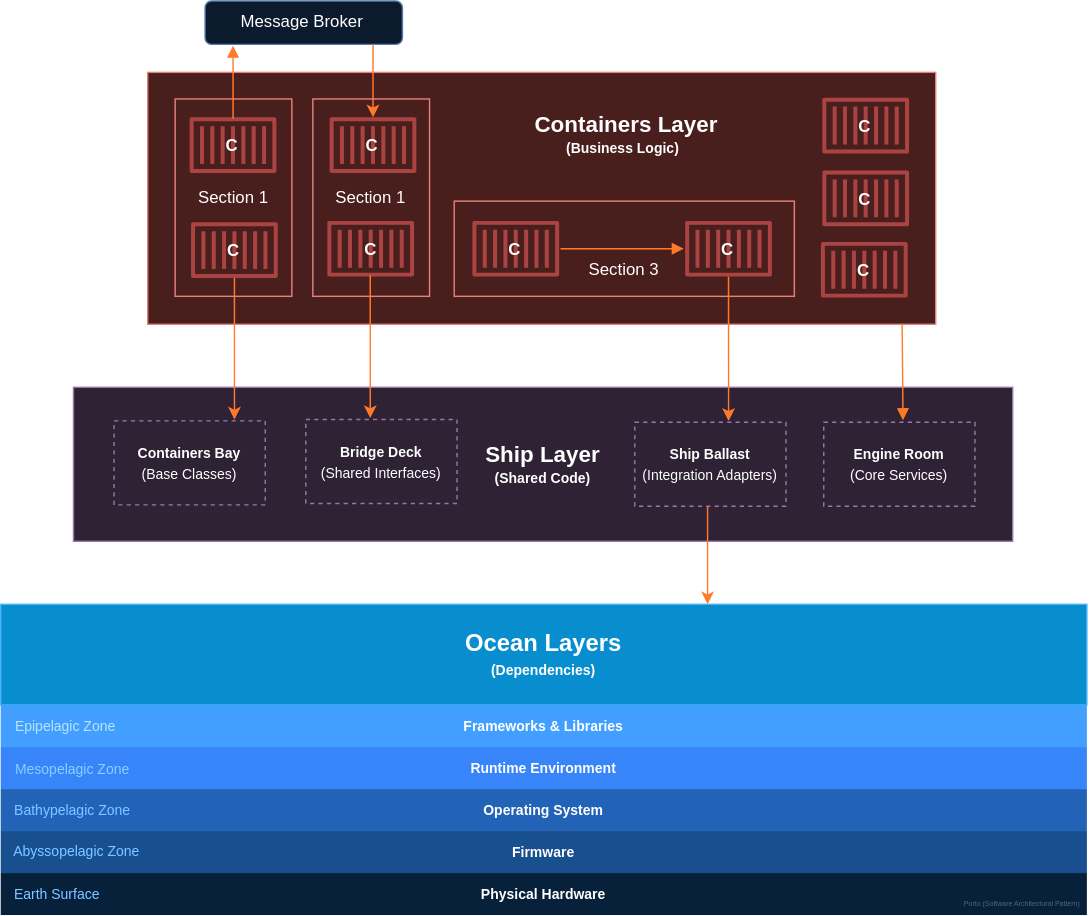
Earlier version of the draw.io export img/diagrams/porto_layers.svg (Mahmoudz/Porto). Source tidied: cells renumbered, new cells last; positions are measured from the earlier drawing's top-left corner, leaving out a move shared by most shapes.
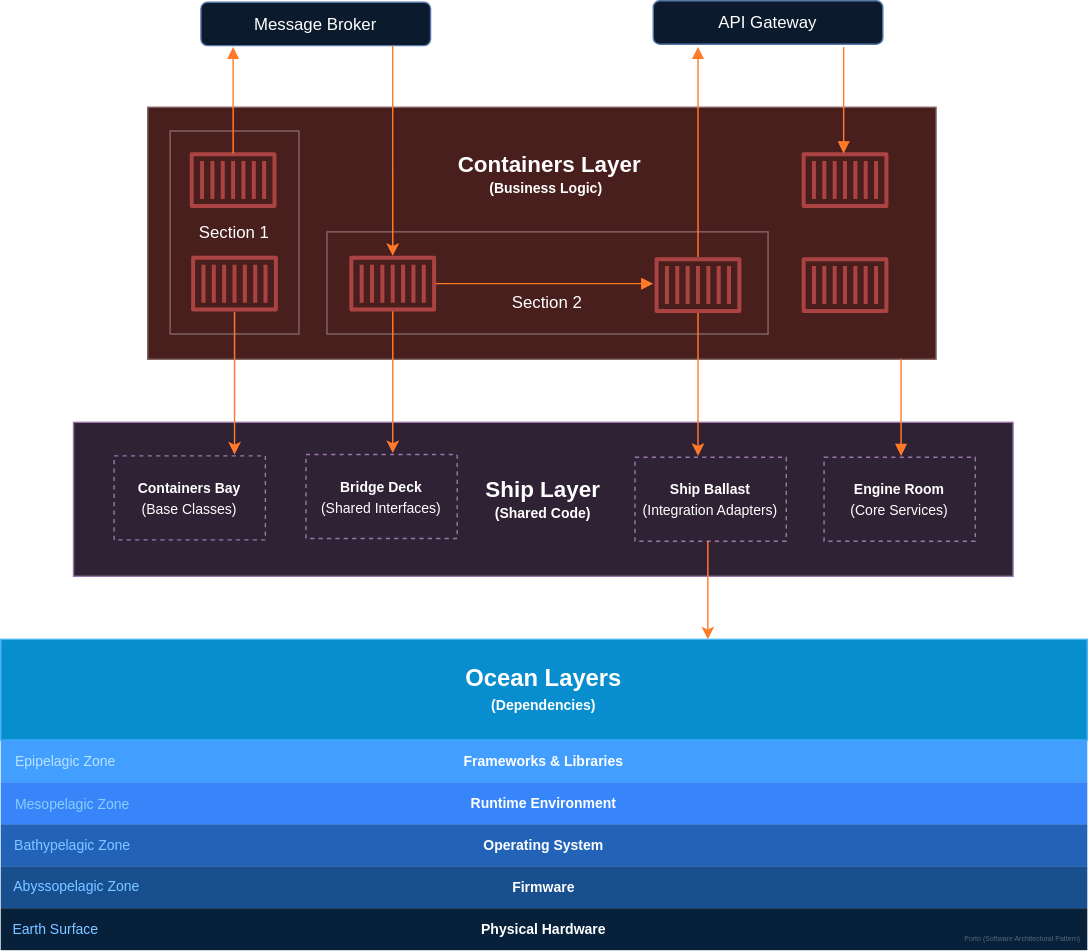
Later version of the same file.

What changed in the source:
```diff
@@ -2,11 +2,11 @@
   <root>
     <mxCell id="0" />
     <mxCell id="1" parent="0" />
-    <mxCell id="2" style="rounded=0;whiteSpace=wrap;html=1;fillColor=#f8cecc;strokeColor=#b85450;" parent="1" vertex="1">
+    <mxCell id="2" style="rounded=0;whiteSpace=wrap;html=1;fillColor=#f8cecc;strokeColor=#AB8E8D;" parent="1" vertex="1">
       <mxGeometry x="105" y="51" width="563" height="180" as="geometry" />
     </mxCell>
-    <mxCell id="3" value="&lt;br&gt;&lt;div&gt;&lt;span style=&quot;font-weight: 400;&quot;&gt;&lt;br&gt;&lt;/span&gt;&lt;/div&gt;&lt;div&gt;&lt;span style=&quot;font-weight: 400;&quot;&gt;Section 3&lt;/span&gt;&lt;span style=&quot;font-weight: 400;&quot;&gt;&lt;br&gt;&lt;/span&gt;&lt;/div&gt;" style="rounded=0;whiteSpace=wrap;html=1;fillColor=#f8cecc;strokeColor=#b85450;strokeWidth=1;fontStyle=1;" parent="1" vertex="1">
-      <mxGeometry x="324" y="143" width="243" height="68" as="geometry" />
+    <mxCell id="3" value="&lt;br&gt;&lt;div&gt;&lt;span style=&quot;font-weight: 400;&quot;&gt;&lt;br&gt;&lt;/span&gt;&lt;/div&gt;&lt;div&gt;&lt;span style=&quot;font-weight: 400;&quot;&gt;Section 2&lt;/span&gt;&lt;span style=&quot;font-weight: 400;&quot;&gt;&lt;br&gt;&lt;/span&gt;&lt;/div&gt;" style="rounded=0;whiteSpace=wrap;html=1;fillColor=#f8cecc;strokeColor=#AB8E8D;strokeWidth=1;fontStyle=1;" parent="1" vertex="1">
+      <mxGeometry x="233" y="140" width="315" height="73" as="geometry" />
     </mxCell>
     <mxCell id="4" value="&lt;div&gt;&lt;font color=&quot;#000000&quot;&gt;&lt;b style=&quot;background-color: initial;&quot;&gt;&lt;font style=&quot;font-size: 17px;&quot;&gt;Ocean Layers&lt;/font&gt;&lt;/b&gt;&lt;br&gt;&lt;/font&gt;&lt;/div&gt;&lt;div style=&quot;&quot;&gt;&lt;font color=&quot;#000000&quot;&gt;&lt;font style=&quot;font-size: 10px;&quot;&gt;&lt;b&gt;&lt;font style=&quot;font-size: 10px;&quot;&gt;(&lt;/font&gt;&lt;/b&gt;&lt;/font&gt;&lt;span style=&quot;background-color: initial; font-size: 10px;&quot;&gt;&lt;b&gt;Dependencies&lt;/b&gt;&lt;/span&gt;&lt;b style=&quot;font-size: 10px; background-color: initial;&quot;&gt;)&lt;/b&gt;&lt;/font&gt;&lt;/div&gt;" style="rounded=0;whiteSpace=wrap;html=1;fillColor=#1ba1e2;strokeColor=#006EAF;fontColor=#ffffff;" parent="1" vertex="1">
       <mxGeometry y="431" width="776" height="72" as="geometry" />
@@ -14,8 +14,8 @@
     <mxCell id="5" value="&lt;font size=&quot;1&quot;&gt;&lt;b style=&quot;&quot;&gt;&lt;span style=&quot;font-size: 16px;&quot;&gt;Ship Layer&lt;/span&gt;&lt;br&gt;(Shared Code)&lt;/b&gt;&lt;/font&gt;" style="rounded=0;whiteSpace=wrap;html=1;fillColor=#e1d5e7;strokeColor=#9673a6;" parent="1" vertex="1">
       <mxGeometry x="52" y="276" width="671" height="110" as="geometry" />
     </mxCell>
-    <mxCell id="6" value="&lt;font style=&quot;font-weight: normal;&quot;&gt;Section 1&lt;/font&gt;" style="rounded=0;whiteSpace=wrap;html=1;fillColor=#f8cecc;strokeColor=#b85450;strokeWidth=1;fontStyle=1;" parent="1" vertex="1">
-      <mxGeometry x="124.6" y="70" width="83.4" height="141" as="geometry" />
+    <mxCell id="6" value="&lt;font style=&quot;font-weight: normal;&quot;&gt;Section 1&lt;/font&gt;" style="rounded=0;whiteSpace=wrap;html=1;fillColor=#f8cecc;strokeColor=#AB8E8D;strokeWidth=1;fontStyle=1;" parent="1" vertex="1">
+      <mxGeometry x="121" y="68" width="92" height="145" as="geometry" />
     </mxCell>
     <mxCell id="7" value="&lt;font style=&quot;font-size: 10px;&quot;&gt;&lt;b&gt;Engine Room&lt;/b&gt;&lt;br&gt;(Core Services)&lt;/font&gt;" style="rounded=0;whiteSpace=wrap;html=1;fillColor=#e1d5e7;strokeColor=#9673a6;dashed=1;" parent="1" vertex="1">
       <mxGeometry x="588" y="301" width="108" height="60" as="geometry" />
@@ -35,25 +35,9 @@
     <mxCell id="12" value="&lt;font&gt;&lt;span style=&quot;font-size: 10px;&quot;&gt;&lt;b&gt;Operating System&lt;/b&gt;&lt;/span&gt;&lt;br&gt;&lt;/font&gt;" style="rounded=0;whiteSpace=wrap;html=1;fillColor=#6BABFF;strokeColor=none;fontColor=default;" parent="1" vertex="1">
       <mxGeometry y="563" width="776" height="30" as="geometry" />
     </mxCell>
-    <mxCell id="13" value="&lt;font style=&quot;font-weight: normal;&quot;&gt;Section 1&lt;/font&gt;" style="rounded=0;whiteSpace=wrap;html=1;fillColor=#f8cecc;strokeColor=#b85450;strokeWidth=1;fontStyle=1;" parent="1" vertex="1">
-      <mxGeometry x="223" y="70" width="83.4" height="141" as="geometry" />
-    </mxCell>
-    <mxCell id="14" style="group;" parent="1" vertex="1">
-      <mxGeometry x="233.4" y="157" width="61.9" height="40" as="geometry" />
-    </mxCell>
-    <mxCell id="15" style="group;" parent="14" vertex="1">
-      <mxGeometry width="61.9" height="40" as="geometry" />
-    </mxCell>
-    <mxCell id="16" style="sketch=0;fillColor=#F89090;dashed=0;verticalLabelPosition=bottom;verticalAlign=top;align=center;html=1;fontSize=12;fontStyle=1;shape=mxgraph.aws4.container_1;strokeColor=#b85450;fontColor=default;" parent="15" vertex="1">
-      <mxGeometry width="61.9" height="40" as="geometry" />
-    </mxCell>
-    <mxCell id="17" value="C" style="text;html=1;align=center;verticalAlign=middle;strokeColor=none;fillColor=none;fontStyle=1;fontColor=default;" parent="15" vertex="1">
-      <mxGeometry x="16.6" y="8" width="27" height="26" as="geometry" />
-    </mxCell>
-    <mxCell id="18" style="endArrow=none;html=1;rounded=0;startArrow=block;startFill=1;endFill=0;strokeColor=#e65200;" parent="1" edge="1">
+    <mxCell id="18" style="endArrow=none;html=1;rounded=0;startArrow=block;startFill=1;endFill=0;strokeColor=#e65200;" parent="1" edge="1" target="41">
       <mxGeometry relative="1" as="geometry">
-        <mxPoint x="488" y="177" as="sourcePoint" />
-        <mxPoint x="399.9" y="177" as="targetPoint" />
+        <mxPoint x="466" y="177" as="sourcePoint" />
       </mxGeometry>
     </mxCell>
     <mxCell id="19" value="&lt;font&gt;&lt;span style=&quot;font-size: 10px;&quot;&gt;&lt;b&gt;Firmware&lt;/b&gt;&lt;/span&gt;&lt;br&gt;&lt;/font&gt;" style="rounded=0;whiteSpace=wrap;html=1;fillColor=#87BFFF;strokeColor=none;fontColor=default;gradientColor=none;glass=0;" parent="1" vertex="1">
@@ -67,14 +51,14 @@
     </mxCell>
     <mxCell id="22" style="endArrow=classic;html=1;rounded=0;fontColor=default;strokeColor=#e65200;" parent="1" edge="1">
       <mxGeometry relative="1" as="geometry">
-        <mxPoint x="264" y="196" as="sourcePoint" />
-        <mxPoint x="264" y="298" as="targetPoint" />
+        <mxPoint x="280" y="196" as="sourcePoint" />
+        <mxPoint x="280" y="298" as="targetPoint" />
       </mxGeometry>
     </mxCell>
-    <mxCell id="23" style="endArrow=none;html=1;rounded=0;fontColor=default;strokeColor=#e65200;exitX=0.404;exitY=-0.009;exitDx=0;exitDy=0;startArrow=block;startFill=1;endFill=0;exitPerimeter=0;" parent="1" edge="1">
+    <mxCell id="23" style="endArrow=none;html=1;rounded=0;fontColor=default;strokeColor=#e65200;startArrow=block;startFill=1;endFill=0;" parent="1" edge="1">
       <mxGeometry relative="1" as="geometry">
-        <mxPoint x="644.6" y="299.5" as="sourcePoint" />
-        <mxPoint x="644" y="231" as="targetPoint" />
+        <mxPoint x="643" y="300" as="sourcePoint" />
+        <mxPoint x="643" y="231" as="targetPoint" />
       </mxGeometry>
     </mxCell>
     <mxCell id="24" style="endArrow=classic;html=1;rounded=0;fontColor=default;strokeColor=#e65200;" parent="1" edge="1">
@@ -85,7 +69,7 @@
     </mxCell>
     <mxCell id="25" style="endArrow=classic;html=1;rounded=0;fontColor=default;strokeColor=#e65200;" parent="1" edge="1" source="45">
       <mxGeometry relative="1" as="geometry">
-        <mxPoint x="520" y="300" as="targetPoint" />
+        <mxPoint x="498" y="300" as="targetPoint" />
       </mxGeometry>
     </mxCell>
     <mxCell id="26" style="endArrow=classic;html=1;rounded=0;fontColor=default;strokeColor=#e65200;" parent="1" edge="1">
@@ -95,110 +79,65 @@
       </mxGeometry>
     </mxCell>
     <mxCell id="27" style="group;" parent="1" vertex="1">
-      <mxGeometry x="136" y="158" width="61.9" height="40" as="geometry" />
+      <mxGeometry x="136" y="157" width="61.9" height="43" as="geometry" />
     </mxCell>
     <mxCell id="28" style="group;" parent="27" vertex="1">
-      <mxGeometry width="61.9" height="40" as="geometry" />
+      <mxGeometry width="61.9" height="43" as="geometry" />
     </mxCell>
     <mxCell id="29" style="sketch=0;fillColor=#F89090;dashed=0;verticalLabelPosition=bottom;verticalAlign=top;align=center;html=1;fontSize=12;fontStyle=1;shape=mxgraph.aws4.container_1;strokeColor=#b85450;fontColor=default;" parent="28" vertex="1">
       <mxGeometry width="61.9" height="40" as="geometry" />
     </mxCell>
-    <mxCell id="30" value="C" style="text;html=1;align=center;verticalAlign=middle;strokeColor=none;fillColor=none;fontStyle=1;fontColor=default;" parent="28" vertex="1">
-      <mxGeometry x="16.6" y="8" width="27" height="26" as="geometry" />
-    </mxCell>
     <mxCell id="31" style="group;" parent="1" vertex="1">
-      <mxGeometry x="135" y="83" width="61.9" height="40" as="geometry" />
+      <mxGeometry x="135" y="83" width="61.9" height="43" as="geometry" />
     </mxCell>
     <mxCell id="32" style="group;" parent="31" vertex="1">
-      <mxGeometry width="61.9" height="40" as="geometry" />
+      <mxGeometry width="61.9" height="43" as="geometry" />
     </mxCell>
     <mxCell id="33" style="sketch=0;fillColor=#F89090;dashed=0;verticalLabelPosition=bottom;verticalAlign=top;align=center;html=1;fontSize=12;fontStyle=1;shape=mxgraph.aws4.container_1;strokeColor=#b85450;fontColor=default;" parent="32" vertex="1">
       <mxGeometry width="61.9" height="40" as="geometry" />
     </mxCell>
-    <mxCell id="34" value="C" style="text;html=1;align=center;verticalAlign=middle;strokeColor=none;fillColor=none;fontStyle=1;fontColor=default;" parent="32" vertex="1">
-      <mxGeometry x="16.6" y="8" width="27" height="26" as="geometry" />
-    </mxCell>
-    <mxCell id="35" style="group;" parent="1" vertex="1">
-      <mxGeometry x="235" y="83" width="61.9" height="40" as="geometry" />
-    </mxCell>
-    <mxCell id="36" style="group;" parent="35" vertex="1">
-      <mxGeometry width="61.9" height="40" as="geometry" />
-    </mxCell>
-    <mxCell id="37" style="sketch=0;outlineConnect=0;fillColor=#F89090;dashed=0;verticalLabelPosition=bottom;verticalAlign=top;align=center;html=1;fontSize=12;fontStyle=1;shape=mxgraph.aws4.container_1;strokeColor=#b85450;fontColor=default;" parent="36" vertex="1">
-      <mxGeometry width="61.9" height="40" as="geometry" />
-    </mxCell>
-    <mxCell id="38" value="C" style="text;html=1;align=center;verticalAlign=middle;strokeColor=none;fillColor=none;fontStyle=1;fontColor=default;" parent="36" vertex="1">
-      <mxGeometry x="16.6" y="8" width="27" height="26" as="geometry" />
-    </mxCell>
     <mxCell id="39" style="group;" parent="1" vertex="1">
-      <mxGeometry x="337" y="157" width="61.9" height="40" as="geometry" />
+      <mxGeometry x="249" y="157" width="61.9" height="43" as="geometry" />
     </mxCell>
     <mxCell id="40" style="group;" parent="39" vertex="1">
-      <mxGeometry width="61.9" height="40" as="geometry" />
+      <mxGeometry width="61.9" height="43" as="geometry" />
     </mxCell>
     <mxCell id="41" style="sketch=0;outlineConnect=0;fillColor=#F89090;dashed=0;verticalLabelPosition=bottom;verticalAlign=top;align=center;html=1;fontSize=12;fontStyle=1;shape=mxgraph.aws4.container_1;strokeColor=#b85450;fontColor=default;" parent="40" vertex="1">
       <mxGeometry width="61.9" height="40" as="geometry" />
     </mxCell>
-    <mxCell id="42" value="C" style="text;html=1;align=center;verticalAlign=middle;strokeColor=none;fillColor=none;fontStyle=1;fontColor=default;" parent="40" vertex="1">
-      <mxGeometry x="16.6" y="8" width="27" height="26" as="geometry" />
-    </mxCell>
     <mxCell id="43" style="group;" parent="1" vertex="1">
-      <mxGeometry x="489" y="157" width="61.9" height="40" as="geometry" />
+      <mxGeometry x="467" y="158" width="61.9" height="43" as="geometry" />
     </mxCell>
     <mxCell id="44" style="group;" parent="43" vertex="1">
-      <mxGeometry width="61.9" height="40" as="geometry" />
+      <mxGeometry width="61.9" height="43" as="geometry" />
     </mxCell>
     <mxCell id="45" style="sketch=0;outlineConnect=0;fillColor=#F89090;dashed=0;verticalLabelPosition=bottom;verticalAlign=top;align=center;html=1;fontSize=12;fontStyle=1;shape=mxgraph.aws4.container_1;strokeColor=#b85450;fontColor=default;" parent="44" vertex="1">
       <mxGeometry width="61.9" height="40" as="geometry" />
     </mxCell>
-    <mxCell id="46" value="C" style="text;html=1;align=center;verticalAlign=middle;strokeColor=none;fillColor=none;fontStyle=1;fontColor=default;" parent="44" vertex="1">
-      <mxGeometry x="16.6" y="8" width="27" height="26" as="geometry" />
-    </mxCell>
     <mxCell id="47" style="group;" parent="1" vertex="1">
-      <mxGeometry x="586" y="172" width="61.9" height="40" as="geometry" />
+      <mxGeometry x="572" y="158" width="61.9" height="43" as="geometry" />
     </mxCell>
     <mxCell id="48" style="group;" parent="47" vertex="1">
-      <mxGeometry width="61.9" height="40" as="geometry" />
+      <mxGeometry width="61.9" height="43" as="geometry" />
     </mxCell>
     <mxCell id="49" style="sketch=0;fillColor=#F89090;dashed=0;verticalLabelPosition=bottom;verticalAlign=top;align=center;html=1;fontSize=12;fontStyle=1;shape=mxgraph.aws4.container_1;strokeColor=#b85450;fontColor=default;" parent="48" vertex="1">
       <mxGeometry width="61.9" height="40" as="geometry" />
     </mxCell>
-    <mxCell id="50" value="C" style="text;html=1;align=center;verticalAlign=middle;strokeColor=none;fillColor=none;fontStyle=1;fontColor=default;" parent="48" vertex="1">
-      <mxGeometry x="16.6" y="8" width="27" height="26" as="geometry" />
-    </mxCell>
-    <mxCell id="51" style="group;" parent="1" vertex="1">
-      <mxGeometry x="587" y="69" width="61.9" height="40" as="geometry" />
-    </mxCell>
-    <mxCell id="52" style="group;" parent="51" vertex="1">
-      <mxGeometry width="61.9" height="40" as="geometry" />
-    </mxCell>
-    <mxCell id="53" style="sketch=0;fillColor=#F89090;dashed=0;verticalLabelPosition=bottom;verticalAlign=top;align=center;html=1;fontSize=12;fontStyle=1;shape=mxgraph.aws4.container_1;strokeColor=#b85450;fontColor=default;" parent="52" vertex="1">
-      <mxGeometry width="61.9" height="40" as="geometry" />
-    </mxCell>
-    <mxCell id="54" value="C" style="text;html=1;align=center;verticalAlign=middle;strokeColor=none;fillColor=none;fontStyle=1;fontColor=default;" parent="52" vertex="1">
-      <mxGeometry x="16.6" y="8" width="27" height="26" as="geometry" />
-    </mxCell>
     <mxCell id="55" style="group;" parent="1" vertex="1">
-      <mxGeometry x="587" y="121" width="61.9" height="40" as="geometry" />
+      <mxGeometry x="572" y="83" width="61.9" height="43" as="geometry" />
     </mxCell>
     <mxCell id="56" style="group;" parent="55" vertex="1">
-      <mxGeometry width="61.9" height="40" as="geometry" />
+      <mxGeometry width="61.9" height="43" as="geometry" />
     </mxCell>
     <mxCell id="57" style="sketch=0;fillColor=#F89090;dashed=0;verticalLabelPosition=bottom;verticalAlign=top;align=center;html=1;fontSize=12;fontStyle=1;shape=mxgraph.aws4.container_1;strokeColor=#b85450;fontColor=default;" parent="56" vertex="1">
       <mxGeometry width="61.9" height="40" as="geometry" />
     </mxCell>
-    <mxCell id="58" value="C" style="text;html=1;align=center;verticalAlign=middle;strokeColor=none;fillColor=none;fontStyle=1;fontColor=default;" parent="56" vertex="1">
-      <mxGeometry x="16.6" y="8" width="27" height="26" as="geometry" />
-    </mxCell>
     <mxCell id="59" value="&lt;b&gt;&lt;font style=&quot;font-size: 16px;&quot;&gt;&amp;nbsp; &amp;nbsp;Containers Layer &lt;/font&gt;&lt;br&gt;&lt;font style=&quot;font-size: 10px;&quot;&gt;&amp;nbsp; &amp;nbsp;(Business Logic)&lt;/font&gt;&lt;/b&gt;" style="text;html=1;align=center;verticalAlign=middle;strokeColor=none;fillColor=none;" parent="1" vertex="1">
-      <mxGeometry x="359" y="72" width="162" height="46" as="geometry" />
+      <mxGeometry x="304" y="76" width="162" height="46" as="geometry" />
     </mxCell>
-    <mxCell id="60" style="rounded=1;whiteSpace=wrap;html=1;fillColor=#dae8fc;strokeColor=#6c8ebf;direction=west;" parent="1" vertex="1">
-      <mxGeometry x="146" width="141" height="31" as="geometry" />
+    <mxCell id="60" value="&lt;span style=&quot;text-wrap: nowrap;&quot;&gt;Message Broker&lt;/span&gt;" style="rounded=1;whiteSpace=wrap;html=1;fillColor=#dae8fc;strokeColor=#6c8ebf;direction=west;" parent="1" vertex="1">
+      <mxGeometry x="143" y="-24" width="164" height="31" as="geometry" />
     </mxCell>
-    <mxCell id="61" value="Message Broker" style="text;html=1;align=center;verticalAlign=middle;strokeColor=none;fillColor=none;rotation=0;" parent="1" vertex="1">
-      <mxGeometry x="162" y="2" width="105" height="26" as="geometry" />
-    </mxCell>
     <mxCell id="62" value="&lt;font style=&quot;font-size: 5px;&quot;&gt;Porto (Software Architectural Pattern)&lt;/font&gt;" style="text;html=1;align=center;verticalAlign=middle;whiteSpace=wrap;rounded=0;fontColor=#8FA0B3;" parent="1" vertex="1">
       <mxGeometry x="685" y="633" width="90" height="20" as="geometry" />
     </mxCell>
@@ -217,16 +156,29 @@
     <mxCell id="67" value="&lt;font style=&quot;font-size: 10px;&quot;&gt;Earth Surface&lt;/font&gt;" style="text;html=1;align=center;verticalAlign=middle;strokeColor=none;fillColor=none;fontColor=#004C99;" parent="1" vertex="1">
       <mxGeometry y="625" width="79" height="26" as="geometry" />
     </mxCell>
-    <mxCell id="68" style="endArrow=classic;html=1;rounded=0;fontColor=default;strokeColor=#e65200;" parent="1" edge="1" target="37">
-      <mxGeometry relative="1" as="geometry">
-        <mxPoint x="266" y="31" as="sourcePoint" />
-      </mxGeometry>
-    </mxCell>
     <mxCell id="69" style="endArrow=none;html=1;rounded=0;fontColor=default;strokeColor=#e65200;startArrow=block;startFill=1;endFill=0;" parent="1" edge="1">
       <mxGeometry relative="1" as="geometry">
-        <mxPoint x="166" y="32" as="sourcePoint" />
+        <mxPoint x="166" y="8" as="sourcePoint" />
         <mxPoint x="166" y="84" as="targetPoint" />
       </mxGeometry>
     </mxCell>
+    <mxCell id="70" style="endArrow=classic;html=1;rounded=0;fontColor=default;strokeColor=#e65200;exitX=0.165;exitY=0;exitDx=0;exitDy=0;exitPerimeter=0;" parent="1" edge="1" source="60" target="41">
+      <mxGeometry relative="1" as="geometry" />
+    </mxCell>
+    <mxCell id="71" style="endArrow=none;html=1;rounded=0;fontColor=default;strokeColor=#e65200;exitX=0.165;exitY=0;exitDx=0;exitDy=0;exitPerimeter=0;startArrow=block;startFill=1;endFill=0;" parent="1" edge="1">
+      <mxGeometry relative="1" as="geometry">
+        <mxPoint x="498" y="8" as="sourcePoint" />
+        <mxPoint x="498" y="158" as="targetPoint" />
+      </mxGeometry>
+    </mxCell>
+    <mxCell id="72" style="endArrow=block;html=1;rounded=0;fontColor=default;strokeColor=#e65200;startArrow=none;startFill=0;endFill=1;" parent="1" edge="1">
+      <mxGeometry relative="1" as="geometry">
+        <mxPoint x="602" y="8" as="sourcePoint" />
+        <mxPoint x="602" y="84" as="targetPoint" />
+      </mxGeometry>
+    </mxCell>
+    <mxCell id="73" value="&lt;span style=&quot;text-wrap: nowrap;&quot;&gt;API Gateway&lt;/span&gt;" style="rounded=1;whiteSpace=wrap;html=1;fillColor=#dae8fc;strokeColor=#6c8ebf;direction=west;" parent="1" vertex="1">
+      <mxGeometry x="466" y="-25" width="164" height="31" as="geometry" />
+    </mxCell>
   </root>
 </mxGraphModel>
```
